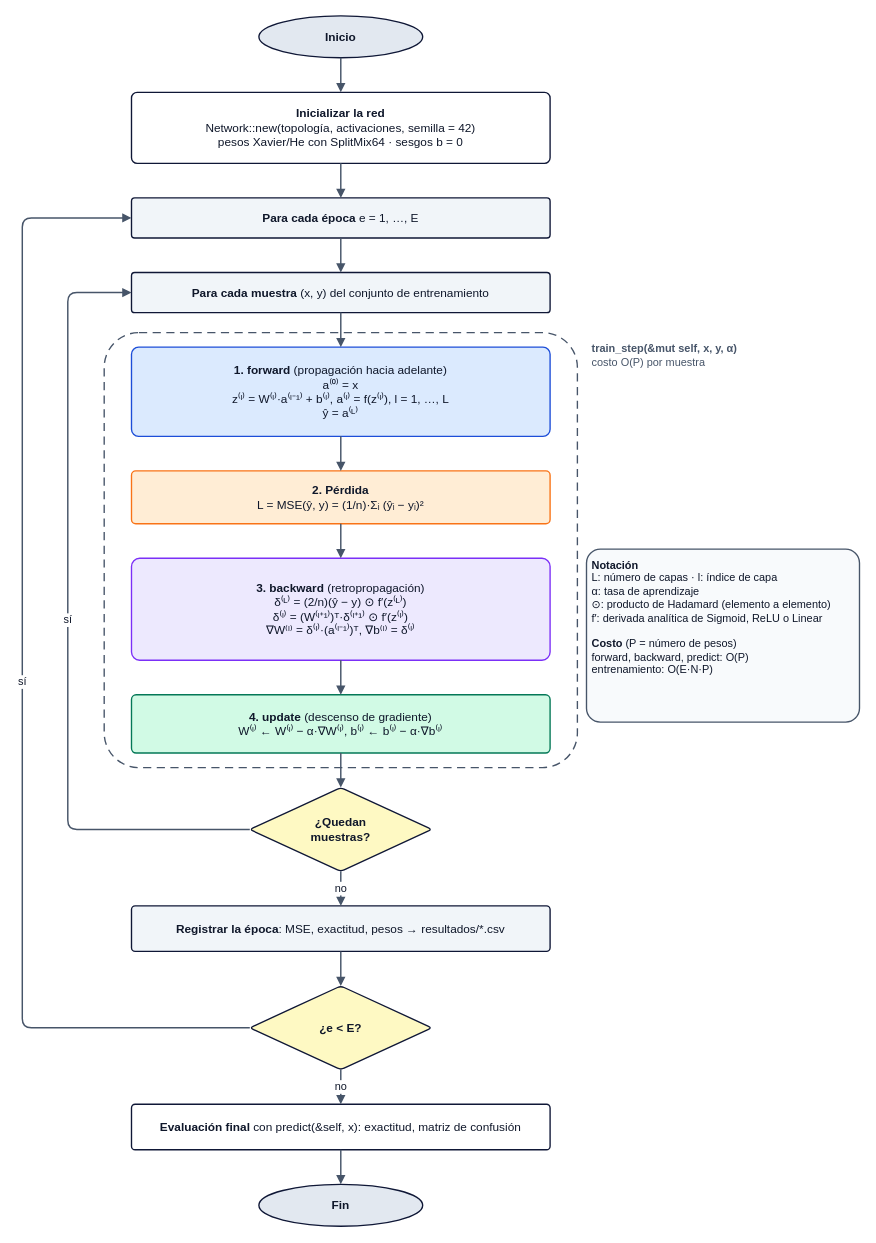
Noxy-bit/Redes-Neuronales-Rust keeps this draw.io diagram as diagramas/03_flujo_forward_backprop.drawio. Above is the earlier version. Source tidied: cells renumbered, new cells numbered last; positions are measured from the earlier drawing's top-left corner, leaving out a move shared by most shapes. Both pictures are drawn from the tidied source at 91%, with x=0, y=0 at pixel (22, 15).
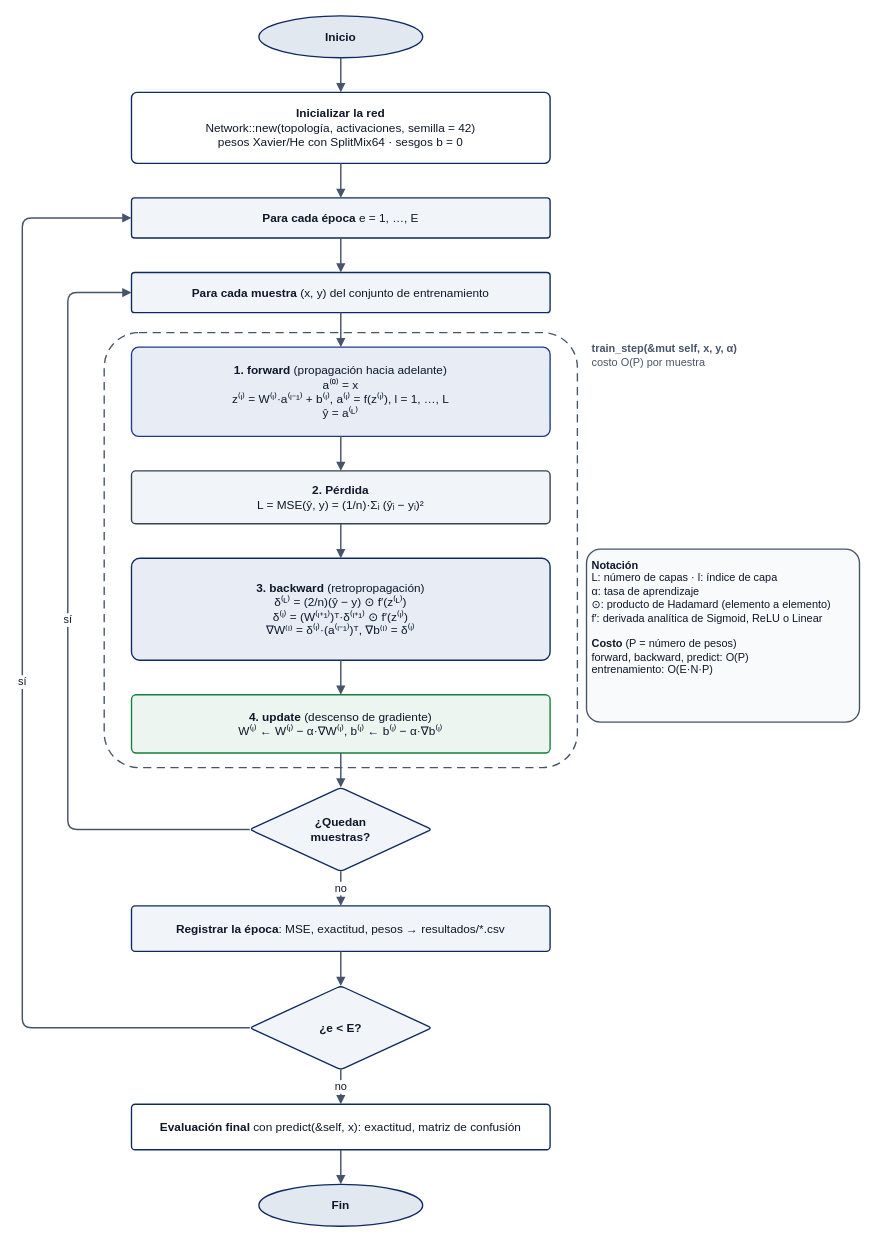
After the change.

Diff of the diagram source:
```diff
@@
-    <mxCell id="3" value="Inicio" style="rounded=1;arcSize=8;whiteSpace=wrap;html=1;fontFamily=Helvetica;fontSize=13;fontColor=#0F172A;strokeColor=#0F1736;fillColor=#E2E8F0;strokeWidth=1.5;spacing=6;ellipse;fontStyle=1;" parent="1" vertex="1">
+    <mxCell id="3" value="Inicio" style="rounded=1;arcSize=8;whiteSpace=wrap;html=1;fontFamily=Helvetica;fontSize=13;fontColor=#0F172A;strokeColor=#0F2A5F;fillColor=#E2E8F0;strokeWidth=1.5;spacing=6;ellipse;fontStyle=1;" parent="1" vertex="1">
       <mxGeometry x="260" width="180" height="46" as="geometry" />
     </mxCell>
-    <mxCell id="4" value="&lt;b&gt;Inicializar la red&lt;/b&gt;&lt;br&gt;Network::new(topología, activaciones, semilla = 42)&lt;br&gt;pesos Xavier/He con SplitMix64 · sesgos b = 0" style="rounded=1;arcSize=8;whiteSpace=wrap;html=1;fontFamily=Helvetica;fontSize=13;fontColor=#0F172A;strokeColor=#0F1736;fillColor=#FFFFFF;strokeWidth=1.5;spacing=6;" parent="1" vertex="1">
+    <mxCell id="4" value="&lt;b&gt;Inicializar la red&lt;/b&gt;&lt;br&gt;Network::new(topología, activaciones, semilla = 42)&lt;br&gt;pesos Xavier/He con SplitMix64 · sesgos b = 0" style="rounded=1;arcSize=8;whiteSpace=wrap;html=1;fontFamily=Helvetica;fontSize=13;fontColor=#0F172A;strokeColor=#0F2A5F;fillColor=#FFFFFF;strokeWidth=1.5;spacing=6;" parent="1" vertex="1">
       <mxGeometry x="120" y="84" width="460" height="78" as="geometry" />
     </mxCell>
-    <mxCell id="5" value="&lt;b&gt;Para cada época&lt;/b&gt; e = 1, …, E" style="rounded=1;arcSize=8;whiteSpace=wrap;html=1;fontFamily=Helvetica;fontSize=13;fontColor=#0F172A;strokeColor=#0F1736;fillColor=#F1F5F9;strokeWidth=1.5;spacing=6;" parent="1" vertex="1">
+    <mxCell id="5" value="&lt;b&gt;Para cada época&lt;/b&gt; e = 1, …, E" style="rounded=1;arcSize=8;whiteSpace=wrap;html=1;fontFamily=Helvetica;fontSize=13;fontColor=#0F172A;strokeColor=#0F2A5F;fillColor=#F1F5F9;strokeWidth=1.5;spacing=6;" parent="1" vertex="1">
       <mxGeometry x="120" y="200" width="460" height="44" as="geometry" />
     </mxCell>
-    <mxCell id="6" value="&lt;b&gt;Para cada muestra&lt;/b&gt; (x, y) del conjunto de entrenamiento" style="rounded=1;arcSize=8;whiteSpace=wrap;html=1;fontFamily=Helvetica;fontSize=13;fontColor=#0F172A;strokeColor=#0F1736;fillColor=#F1F5F9;strokeWidth=1.5;spacing=6;" parent="1" vertex="1">
+    <mxCell id="6" value="&lt;b&gt;Para cada muestra&lt;/b&gt; (x, y) del conjunto de entrenamiento" style="rounded=1;arcSize=8;whiteSpace=wrap;html=1;fontFamily=Helvetica;fontSize=13;fontColor=#0F172A;strokeColor=#0F2A5F;fillColor=#F1F5F9;strokeWidth=1.5;spacing=6;" parent="1" vertex="1">
       <mxGeometry x="120" y="282" width="460" height="44" as="geometry" />
     </mxCell>
-    <mxCell id="7" value="&lt;b&gt;1. forward&lt;/b&gt;  (propagación hacia adelante)&lt;br&gt;a⁽⁰⁾ = x&lt;br&gt;z⁽ˡ⁾ = W⁽ˡ⁾·a⁽ˡ⁻¹⁾ + b⁽ˡ⁾,   a⁽ˡ⁾ = f(z⁽ˡ⁾),   l = 1, …, L&lt;br&gt;ŷ = a⁽ᴸ⁾" style="rounded=1;arcSize=8;whiteSpace=wrap;html=1;fontFamily=Helvetica;fontSize=13;fontColor=#0F172A;strokeColor=#1D4ED8;fillColor=#DBEAFE;strokeWidth=1.5;spacing=6;" parent="1" vertex="1">
+    <mxCell id="7" value="&lt;b&gt;1. forward&lt;/b&gt;  (propagación hacia adelante)&lt;br&gt;a⁽⁰⁾ = x&lt;br&gt;z⁽ˡ⁾ = W⁽ˡ⁾·a⁽ˡ⁻¹⁾ + b⁽ˡ⁾,   a⁽ˡ⁾ = f(z⁽ˡ⁾),   l = 1, …, L&lt;br&gt;ŷ = a⁽ᴸ⁾" style="rounded=1;arcSize=8;whiteSpace=wrap;html=1;fontFamily=Helvetica;fontSize=13;fontColor=#0F172A;strokeColor=#1E3A8A;fillColor=#E8EDF5;strokeWidth=1.5;spacing=6;" parent="1" vertex="1">
       <mxGeometry x="120" y="364" width="460" height="98" as="geometry" />
     </mxCell>
-    <mxCell id="8" value="&lt;b&gt;2. Pérdida&lt;/b&gt;&lt;br&gt;L = MSE(ŷ, y) = (1/n)·Σᵢ (ŷᵢ − yᵢ)²" style="rounded=1;arcSize=8;whiteSpace=wrap;html=1;fontFamily=Helvetica;fontSize=13;fontColor=#0F172A;strokeColor=#F97316;fillColor=#FFEDD5;strokeWidth=1.5;spacing=6;" parent="1" vertex="1">
+    <mxCell id="8" value="&lt;b&gt;2. Pérdida&lt;/b&gt;&lt;br&gt;L = MSE(ŷ, y) = (1/n)·Σᵢ (ŷᵢ − yᵢ)²" style="rounded=1;arcSize=8;whiteSpace=wrap;html=1;fontFamily=Helvetica;fontSize=13;fontColor=#0F172A;strokeColor=#374151;fillColor=#F1F5F9;strokeWidth=1.5;spacing=6;" parent="1" vertex="1">
       <mxGeometry x="120" y="500" width="460" height="58" as="geometry" />
     </mxCell>
-    <mxCell id="9" value="&lt;b&gt;3. backward&lt;/b&gt;  (retropropagación)&lt;br&gt;δ⁽ᴸ⁾ = (2/n)(ŷ − y) ⊙ f′(z⁽ᴸ⁾)&lt;br&gt;δ⁽ˡ⁾ = (W⁽ˡ⁺¹⁾)ᵀ·δ⁽ˡ⁺¹⁾ ⊙ f′(z⁽ˡ⁾)&lt;br&gt;∇W⁽ˡ⁾ = δ⁽ˡ⁾·(a⁽ˡ⁻¹⁾)ᵀ,   ∇b⁽ˡ⁾ = δ⁽ˡ⁾" style="rounded=1;arcSize=8;whiteSpace=wrap;html=1;fontFamily=Helvetica;fontSize=13;fontColor=#0F172A;strokeColor=#7B2FF7;fillColor=#EDE9FE;strokeWidth=1.5;spacing=6;" parent="1" vertex="1">
+    <mxCell id="9" value="&lt;b&gt;3. backward&lt;/b&gt;  (retropropagación)&lt;br&gt;δ⁽ᴸ⁾ = (2/n)(ŷ − y) ⊙ f′(z⁽ᴸ⁾)&lt;br&gt;δ⁽ˡ⁾ = (W⁽ˡ⁺¹⁾)ᵀ·δ⁽ˡ⁺¹⁾ ⊙ f′(z⁽ˡ⁾)&lt;br&gt;∇W⁽ˡ⁾ = δ⁽ˡ⁾·(a⁽ˡ⁻¹⁾)ᵀ,   ∇b⁽ˡ⁾ = δ⁽ˡ⁾" style="rounded=1;arcSize=8;whiteSpace=wrap;html=1;fontFamily=Helvetica;fontSize=13;fontColor=#0F172A;strokeColor=#0F2A5F;fillColor=#E8EDF5;strokeWidth=1.5;spacing=6;" parent="1" vertex="1">
       <mxGeometry x="120" y="596" width="460" height="112" as="geometry" />
     </mxCell>
-    <mxCell id="10" value="&lt;b&gt;4. update&lt;/b&gt;  (descenso de gradiente)&lt;br&gt;W⁽ˡ⁾ ← W⁽ˡ⁾ − α·∇W⁽ˡ⁾,   b⁽ˡ⁾ ← b⁽ˡ⁾ − α·∇b⁽ˡ⁾" style="rounded=1;arcSize=8;whiteSpace=wrap;html=1;fontFamily=Helvetica;fontSize=13;fontColor=#0F172A;strokeColor=#047857;fillColor=#D1FAE5;strokeWidth=1.5;spacing=6;" parent="1" vertex="1">
+    <mxCell id="10" value="&lt;b&gt;4. update&lt;/b&gt;  (descenso de gradiente)&lt;br&gt;W⁽ˡ⁾ ← W⁽ˡ⁾ − α·∇W⁽ˡ⁾,   b⁽ˡ⁾ ← b⁽ˡ⁾ − α·∇b⁽ˡ⁾" style="rounded=1;arcSize=8;whiteSpace=wrap;html=1;fontFamily=Helvetica;fontSize=13;fontColor=#0F172A;strokeColor=#15803D;fillColor=#ECF5EF;strokeWidth=1.5;spacing=6;" parent="1" vertex="1">
       <mxGeometry x="120" y="746" width="460" height="64" as="geometry" />
     </mxCell>
-    <mxCell id="11" value="¿Quedan&lt;br&gt;muestras?" style="rounded=1;arcSize=8;whiteSpace=wrap;html=1;fontFamily=Helvetica;fontSize=13;fontColor=#0F172A;strokeColor=#0F1736;fillColor=#FEF9C3;strokeWidth=1.5;spacing=6;rhombus;fontStyle=1;" parent="1" vertex="1">
+    <mxCell id="11" value="¿Quedan&lt;br&gt;muestras?" style="rounded=1;arcSize=8;whiteSpace=wrap;html=1;fontFamily=Helvetica;fontSize=13;fontColor=#0F172A;strokeColor=#0F2A5F;fillColor=#F1F5F9;strokeWidth=1.5;spacing=6;rhombus;fontStyle=1;" parent="1" vertex="1">
       <mxGeometry x="250" y="848" width="200" height="92" as="geometry" />
     </mxCell>
-    <mxCell id="12" value="&lt;b&gt;Registrar la época&lt;/b&gt;: MSE, exactitud, pesos → resultados/*.csv" style="rounded=1;arcSize=8;whiteSpace=wrap;html=1;fontFamily=Helvetica;fontSize=13;fontColor=#0F172A;strokeColor=#0F1736;fillColor=#F1F5F9;strokeWidth=1.5;spacing=6;" parent="1" vertex="1">
+    <mxCell id="12" value="&lt;b&gt;Registrar la época&lt;/b&gt;: MSE, exactitud, pesos → resultados/*.csv" style="rounded=1;arcSize=8;whiteSpace=wrap;html=1;fontFamily=Helvetica;fontSize=13;fontColor=#0F172A;strokeColor=#0F2A5F;fillColor=#F1F5F9;strokeWidth=1.5;spacing=6;" parent="1" vertex="1">
       <mxGeometry x="120" y="978" width="460" height="50" as="geometry" />
     </mxCell>
-    <mxCell id="13" value="¿e &amp;lt; E?" style="rounded=1;arcSize=8;whiteSpace=wrap;html=1;fontFamily=Helvetica;fontSize=13;fontColor=#0F172A;strokeColor=#0F1736;fillColor=#FEF9C3;strokeWidth=1.5;spacing=6;rhombus;fontStyle=1;" parent="1" vertex="1">
+    <mxCell id="13" value="¿e &amp;lt; E?" style="rounded=1;arcSize=8;whiteSpace=wrap;html=1;fontFamily=Helvetica;fontSize=13;fontColor=#0F172A;strokeColor=#0F2A5F;fillColor=#F1F5F9;strokeWidth=1.5;spacing=6;rhombus;fontStyle=1;" parent="1" vertex="1">
       <mxGeometry x="250" y="1066" width="200" height="92" as="geometry" />
     </mxCell>
-    <mxCell id="14" value="&lt;b&gt;Evaluación final&lt;/b&gt; con predict(&amp;amp;self, x): exactitud, matriz de confusión" style="rounded=1;arcSize=8;whiteSpace=wrap;html=1;fontFamily=Helvetica;fontSize=13;fontColor=#0F172A;strokeColor=#0F1736;fillColor=#FFFFFF;strokeWidth=1.5;spacing=6;" parent="1" vertex="1">
+    <mxCell id="14" value="&lt;b&gt;Evaluación final&lt;/b&gt; con predict(&amp;amp;self, x): exactitud, matriz de confusión" style="rounded=1;arcSize=8;whiteSpace=wrap;html=1;fontFamily=Helvetica;fontSize=13;fontColor=#0F172A;strokeColor=#0F2A5F;fillColor=#FFFFFF;strokeWidth=1.5;spacing=6;" parent="1" vertex="1">
       <mxGeometry x="120" y="1196" width="460" height="50" as="geometry" />
     </mxCell>
-    <mxCell id="15" value="Fin" style="rounded=1;arcSize=8;whiteSpace=wrap;html=1;fontFamily=Helvetica;fontSize=13;fontColor=#0F172A;strokeColor=#0F1736;fillColor=#E2E8F0;strokeWidth=1.5;spacing=6;ellipse;fontStyle=1;" parent="1" vertex="1">
+    <mxCell id="15" value="Fin" style="rounded=1;arcSize=8;whiteSpace=wrap;html=1;fontFamily=Helvetica;fontSize=13;fontColor=#0F172A;strokeColor=#0F2A5F;fillColor=#E2E8F0;strokeWidth=1.5;spacing=6;ellipse;fontStyle=1;" parent="1" vertex="1">
       <mxGeometry x="260" y="1284" width="180" height="46" as="geometry" />
     </mxCell>
-    <mxCell id="16" value="&lt;b&gt;train_step(&amp;amp;mut self, x, y, α)&lt;/b&gt;&lt;br&gt;costo O(P) por muestra" style="rounded=1;arcSize=8;whiteSpace=wrap;html=1;fontFamily=Helvetica;fontSize=13;fontColor=#0F172A;strokeColor=#0F1736;fillColor=#FFFFFF;strokeWidth=1.5;spacing=6;strokeColor=none;fillColor=none;align=left;fontSize=12;fontColor=#475569;" parent="1" vertex="1">
+    <mxCell id="16" value="&lt;b&gt;train_step(&amp;amp;mut self, x, y, α)&lt;/b&gt;&lt;br&gt;costo O(P) por muestra" style="rounded=1;arcSize=8;whiteSpace=wrap;html=1;fontFamily=Helvetica;fontSize=13;fontColor=#0F172A;strokeColor=#0F2A5F;fillColor=#FFFFFF;strokeWidth=1.5;spacing=6;strokeColor=none;fillColor=none;align=left;fontSize=12;fontColor=#475569;" parent="1" vertex="1">
       <mxGeometry x="620" y="348" width="240" height="50" as="geometry" />
     </mxCell>
```
